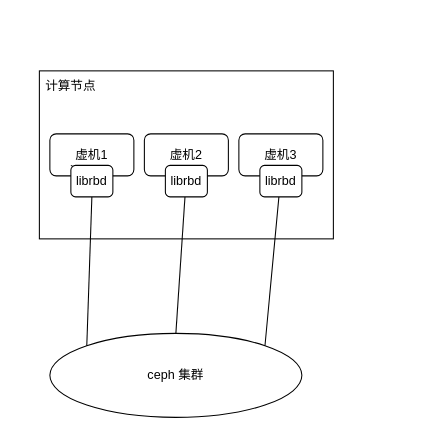
This is pictures/Untitled Diagram.drawio from jeffyjf/drawio, a draw.io file, before an edit. Source tidied: cells renumbered, new cells numbered last; positions are measured from the earlier drawing's top-left corner, leaving out a move shared by most shapes. Both pictures are drawn from the tidied source at 105%, with x=0, y=0 at pixel (39, 70).
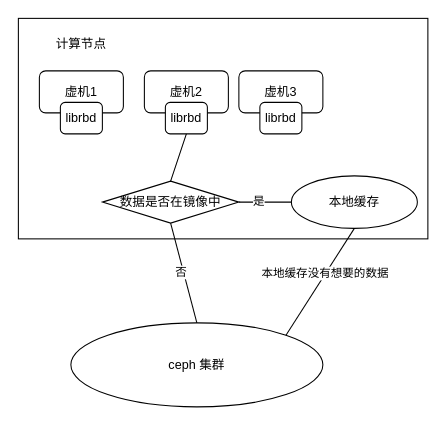
The same diagram, later.

Change to the diagram source:
```diff
@@
 <mxGraphModel>
   <root>
     <mxCell id="0" />
     <mxCell id="1" parent="0" />
     <mxCell id="2" style="rounded=0;whiteSpace=wrap;html=1;" parent="1" vertex="1">
-      <mxGeometry width="280" height="160" as="geometry" />
+      <mxGeometry x="-20" y="-50" width="390" height="210" as="geometry" />
     </mxCell>
     <mxCell id="3" value="ceph 集群" style="ellipse;whiteSpace=wrap;html=1;" parent="1" vertex="1">
-      <mxGeometry x="10" y="250" width="240" height="80" as="geometry" />
+      <mxGeometry x="30" y="240" width="240" height="80" as="geometry" />
     </mxCell>
     <mxCell id="4" value="计算节点" style="text;html=1;strokeColor=none;fillColor=none;align=center;verticalAlign=middle;whiteSpace=wrap;rounded=0;" parent="1" vertex="1">
-      <mxGeometry width="60" height="30" as="geometry" />
+      <mxGeometry x="10" y="-40" width="60" height="30" as="geometry" />
     </mxCell>
     <mxCell id="5" value="虚机1" style="rounded=1;whiteSpace=wrap;html=1;" parent="1" vertex="1">
-      <mxGeometry x="10" y="60" width="80" height="40" as="geometry" />
+      <mxGeometry width="80" height="40" as="geometry" />
     </mxCell>
     <mxCell id="6" value="虚机2" style="rounded=1;whiteSpace=wrap;html=1;" parent="1" vertex="1">
-      <mxGeometry x="100" y="60" width="80" height="40" as="geometry" />
+      <mxGeometry x="100" width="80" height="40" as="geometry" />
     </mxCell>
     <mxCell id="7" value="虚机3" style="rounded=1;whiteSpace=wrap;html=1;" parent="1" vertex="1">
-      <mxGeometry x="190" y="60" width="80" height="40" as="geometry" />
+      <mxGeometry x="190" width="80" height="40" as="geometry" />
     </mxCell>
-    <mxCell id="8" style="endArrow=none;html=1;rounded=0;entryX=0.5;entryY=1;entryDx=0;entryDy=0;exitX=0;exitY=0;exitDx=0;exitDy=0;" parent="1" edge="1" source="14" target="5">
-      <mxGeometry relative="1" as="geometry" />
-    </mxCell>
-    <mxCell id="9" style="endArrow=none;html=1;rounded=0;entryX=0.5;entryY=1;entryDx=0;entryDy=0;exitX=0.5;exitY=0;exitDx=0;exitDy=0;" parent="1" edge="1" source="3" target="6">
-      <mxGeometry relative="1" as="geometry" />
-    </mxCell>
-    <mxCell id="10" style="endArrow=none;html=1;rounded=0;entryX=0.5;entryY=1;entryDx=0;entryDy=0;exitX=1;exitY=0;exitDx=0;exitDy=0;" parent="1" edge="1" source="3" target="7">
-      <mxGeometry relative="1" as="geometry" />
-    </mxCell>
     <mxCell id="11" value="librbd" style="rounded=1;whiteSpace=wrap;html=1;" parent="1" vertex="1">
-      <mxGeometry x="120" y="90" width="40" height="30" as="geometry" />
+      <mxGeometry x="120" y="30" width="40" height="30" as="geometry" />
     </mxCell>
     <mxCell id="12" value="librbd" style="rounded=1;whiteSpace=wrap;html=1;" parent="1" vertex="1">
-      <mxGeometry x="210" y="90" width="40" height="30" as="geometry" />
+      <mxGeometry x="210" y="30" width="40" height="30" as="geometry" />
     </mxCell>
-    <mxCell id="13" style="endArrow=none;html=1;rounded=0;entryX=0.5;entryY=1;entryDx=0;entryDy=0;exitX=0;exitY=0;exitDx=0;exitDy=0;" parent="1" edge="1" source="3" target="14">
-      <mxGeometry relative="1" as="geometry" />
-    </mxCell>
     <mxCell id="14" value="librbd" style="rounded=1;whiteSpace=wrap;html=1;" parent="1" vertex="1">
-      <mxGeometry x="30" y="90" width="40" height="30" as="geometry" />
+      <mxGeometry x="20" y="30" width="40" height="30" as="geometry" />
     </mxCell>
+    <mxCell id="15" value="本地缓存" style="ellipse;whiteSpace=wrap;html=1;" parent="1" vertex="1">
+      <mxGeometry x="240" y="100" width="120" height="50" as="geometry" />
+    </mxCell>
+    <mxCell id="16" value="数据是否在镜像中" style="rhombus;whiteSpace=wrap;html=1;" parent="1" vertex="1">
+      <mxGeometry x="60" y="105" width="130" height="40" as="geometry" />
+    </mxCell>
+    <mxCell id="17" style="endArrow=none;html=1;rounded=0;entryX=0.5;entryY=1;entryDx=0;entryDy=0;exitX=0.5;exitY=0;exitDx=0;exitDy=0;" parent="1" edge="1" source="16" target="11">
+      <mxGeometry relative="1" as="geometry" />
+    </mxCell>
+    <mxCell id="18" style="endArrow=none;html=1;rounded=0;entryX=0.5;entryY=1;entryDx=0;entryDy=0;exitX=0.5;exitY=0;exitDx=0;exitDy=0;" parent="1" edge="1" source="3" target="16">
+      <mxGeometry relative="1" as="geometry" />
+    </mxCell>
+    <mxCell id="19" value="否" style="edgeLabel;html=1;align=center;verticalAlign=middle;" parent="18" vertex="1">
+      <mxGeometry x="0.03" y="3" relative="1" as="geometry" />
+    </mxCell>
+    <mxCell id="20" style="endArrow=none;html=1;rounded=0;exitX=1;exitY=0.5;exitDx=0;exitDy=0;entryX=0;entryY=0.5;entryDx=0;entryDy=0;" parent="1" edge="1" source="16" target="15">
+      <mxGeometry relative="1" as="geometry" />
+    </mxCell>
+    <mxCell id="21" value="是" style="edgeLabel;html=1;align=center;verticalAlign=middle;" parent="20" vertex="1">
+      <mxGeometry x="-0.27" y="2" relative="1" as="geometry" />
+    </mxCell>
+    <mxCell id="22" style="endArrow=none;html=1;rounded=0;entryX=0.5;entryY=1;entryDx=0;entryDy=0;exitX=1;exitY=0;exitDx=0;exitDy=0;" parent="1" edge="1" source="3" target="15">
+      <mxGeometry relative="1" as="geometry" />
+    </mxCell>
+    <mxCell id="23" value="本地缓存没有想要的数据" style="edgeLabel;html=1;align=center;verticalAlign=middle;" parent="22" vertex="1">
+      <mxGeometry x="0.16" y="1" relative="1" as="geometry" />
+    </mxCell>
   </root>
 </mxGraphModel>
```
